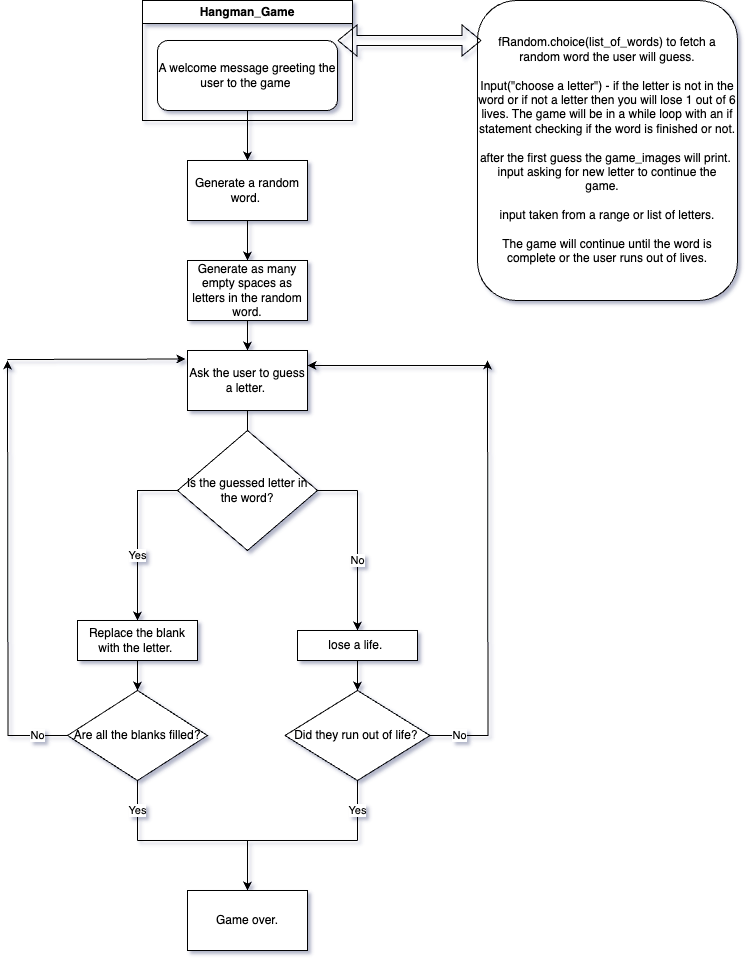
Above: Hangman.drawio.png in MiLkEE44/Hangman_Game (draw.io), before the change. Source tidied: cells renumbered, new cells last; positions are measured from the earlier drawing's top-left corner, leaving out a move shared by most shapes.
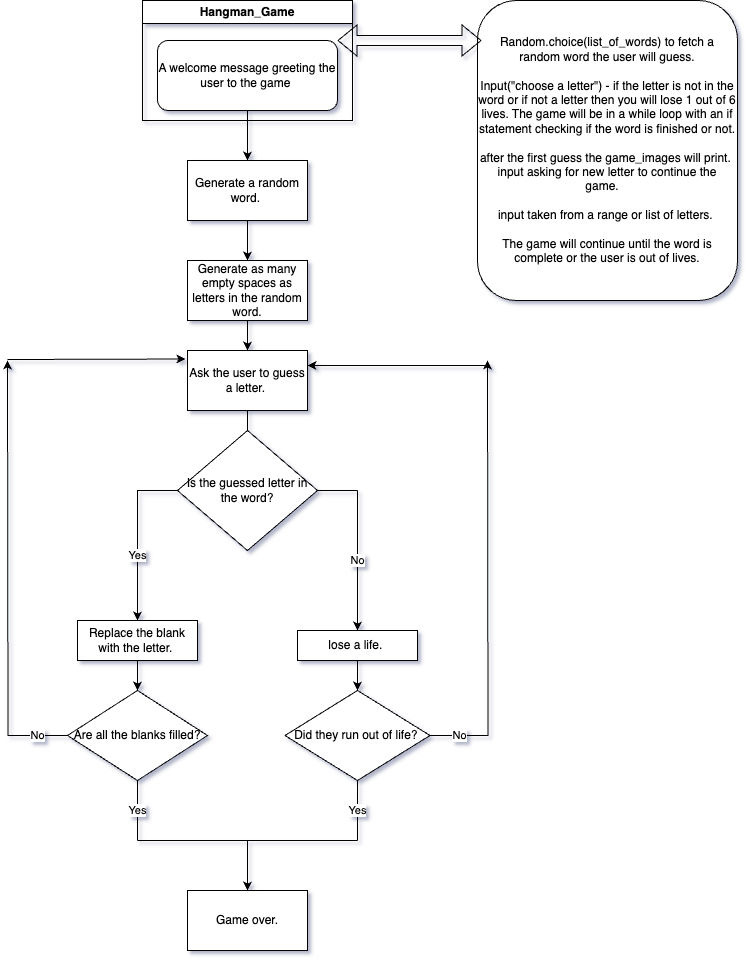
Above is the later version.

Change to the diagram source:
```diff
@@ -5,7 +5,7 @@
     <mxCell id="2" value="Hangman_Game" style="swimlane;whiteSpace=wrap;html=1;" parent="1" vertex="1">
       <mxGeometry x="135" width="210" height="120" as="geometry" />
     </mxCell>
-    <mxCell id="3" value="fRandom.choice(list_of_words) to fetch a random word the user will guess.&lt;div&gt;&lt;br&gt;&lt;/div&gt;&lt;div&gt;Input(&quot;choose a letter&quot;) - if the letter is not in the word or if not a letter then you will lose 1 out of 6 lives. The game will be in a while loop with an if statement checking if the word is finished or not.&lt;/div&gt;&lt;div&gt;&lt;br&gt;&lt;/div&gt;&lt;div&gt;after the first guess the game_images will print.&amp;nbsp;&lt;/div&gt;&lt;div&gt;input asking for new letter to continue the game.&amp;nbsp; &amp;nbsp;&lt;/div&gt;&lt;div&gt;&lt;br&gt;&lt;/div&gt;&lt;div&gt;input taken from a range or list of letters.&lt;/div&gt;&lt;div&gt;&lt;br&gt;&lt;/div&gt;&lt;div&gt;The game will continue until the word is complete or the user runs out of lives.&lt;/div&gt;" style="rounded=1;whiteSpace=wrap;html=1;" parent="1" vertex="1">
+    <mxCell id="3" value="Random.choice(list_of_words) to fetch a random word the user will guess.&lt;div&gt;&lt;br&gt;&lt;/div&gt;&lt;div&gt;Input(&quot;choose a letter&quot;) - if the letter is not in the word or if not a letter then you will lose 1 out of 6 lives. The game will be in a while loop with an if statement checking if the word is finished or not.&lt;/div&gt;&lt;div&gt;&lt;br&gt;&lt;/div&gt;&lt;div&gt;after the first guess the game_images will print.&amp;nbsp;&lt;/div&gt;&lt;div&gt;input asking for new letter to continue the game.&amp;nbsp; &amp;nbsp;&lt;/div&gt;&lt;div&gt;&lt;br&gt;&lt;/div&gt;&lt;div&gt;input taken from a range or list of letters.&amp;nbsp;&lt;/div&gt;&lt;div&gt;&lt;br&gt;&lt;/div&gt;&lt;div&gt;The game will continue until the word is complete or the user is out of lives.&lt;/div&gt;" style="rounded=1;whiteSpace=wrap;html=1;" parent="1" vertex="1">
       <mxGeometry x="470" width="260" height="300" as="geometry" />
     </mxCell>
     <mxCell id="4" value="Generate a random word.&amp;nbsp;" style="rounded=0;whiteSpace=wrap;html=1;" parent="1" vertex="1">
```
